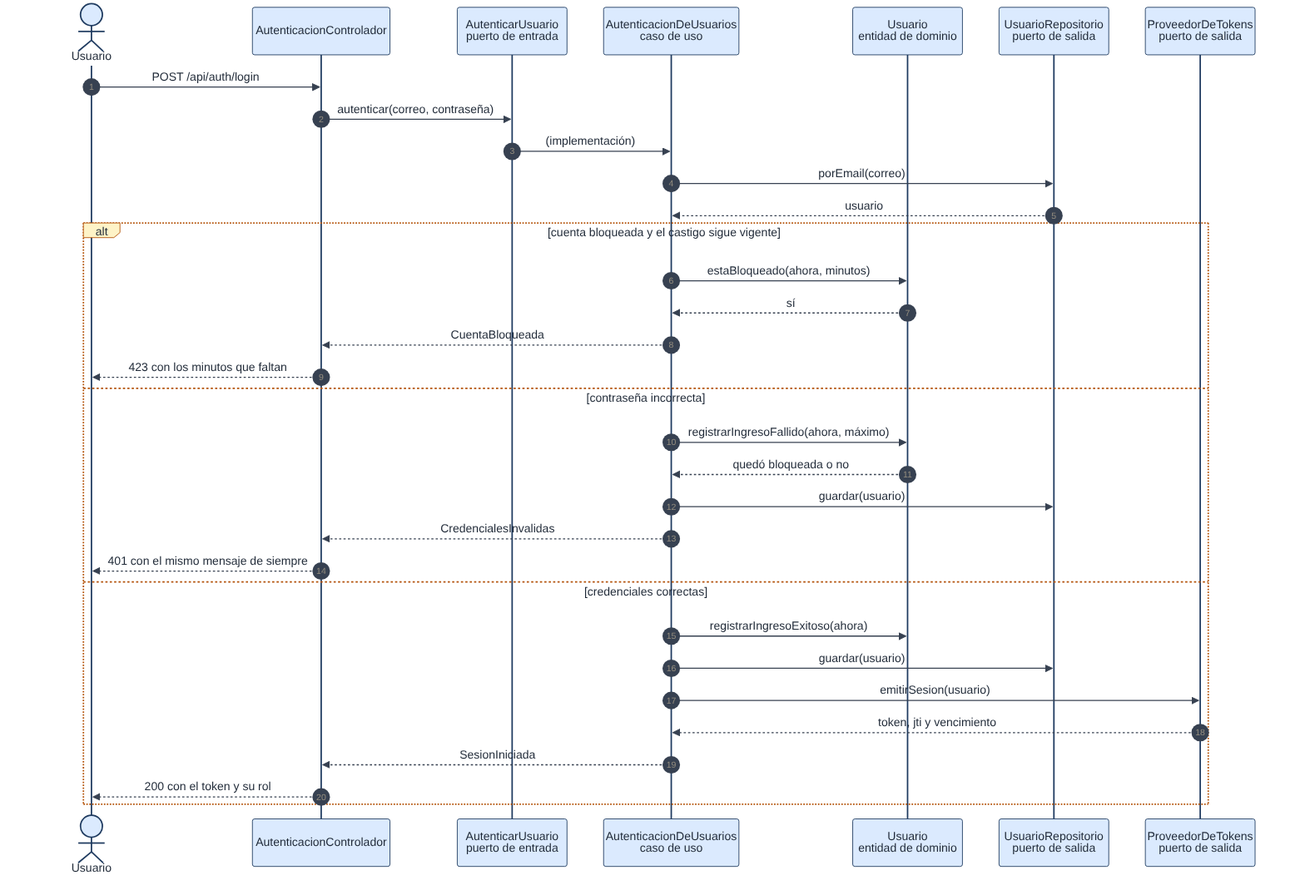
This is docs/imagenes/secuencia-autenticar.png from gjcardonam/brujula-api, a Mermaid export, as it was before one commit. Its source is kept beside it as docs/diagramas/secuencia-autenticar.mmd.
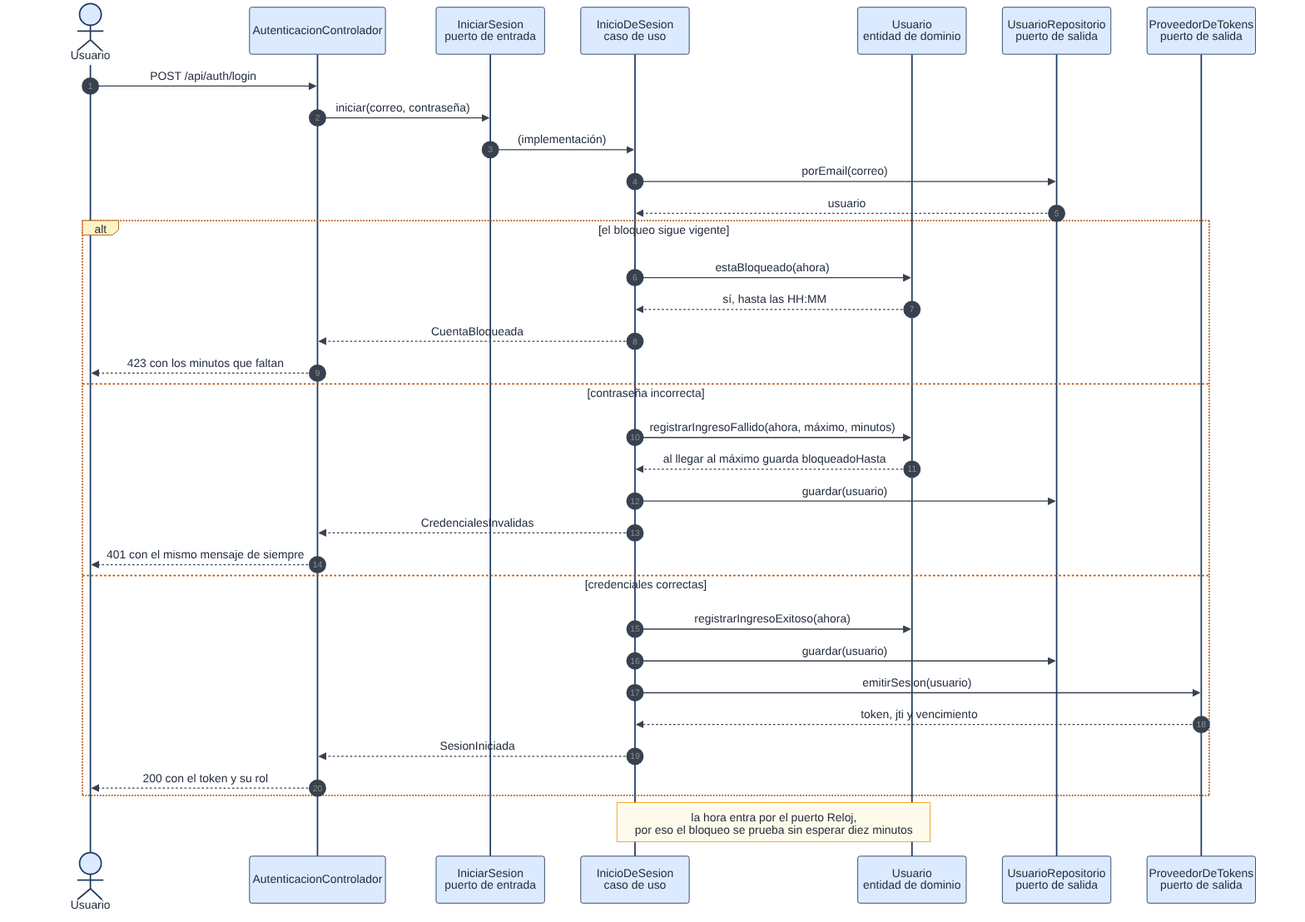
The same file after the commit.

Change to the diagram source:
```diff
@@ -2,26 +2,26 @@
     autonumber
     actor U as Usuario
     participant C as AutenticacionControlador
-    participant P as AutenticarUsuario<br/>puerto de entrada
-    participant S as AutenticacionDeUsuarios<br/>caso de uso
+    participant P as IniciarSesion<br/>puerto de entrada
+    participant S as InicioDeSesion<br/>caso de uso
     participant E as Usuario<br/>entidad de dominio
     participant R as UsuarioRepositorio<br/>puerto de salida
     participant T as ProveedorDeTokens<br/>puerto de salida
 
     U->>C: POST /api/auth/login
-    C->>P: autenticar(correo, contraseña)
+    C->>P: iniciar(correo, contraseña)
     P->>S: (implementación)
     S->>R: porEmail(correo)
     R-->>S: usuario
 
-    alt cuenta bloqueada y el castigo sigue vigente
-        S->>E: estaBloqueado(ahora, minutos)
-        E-->>S: sí
+    alt el bloqueo sigue vigente
+        S->>E: estaBloqueado(ahora)
+        E-->>S: sí, hasta las HH:MM
         S-->>C: CuentaBloqueada
         C-->>U: 423 con los minutos que faltan
     else contraseña incorrecta
-        S->>E: registrarIngresoFallido(ahora, máximo)
-        E-->>S: quedó bloqueada o no
+        S->>E: registrarIngresoFallido(ahora, máximo, minutos)
+        E-->>S: al llegar al máximo guarda bloqueadoHasta
         S->>R: guardar(usuario)
         S-->>C: CredencialesInvalidas
         C-->>U: 401 con el mismo mensaje de siempre
@@ -33,3 +33,5 @@
         S-->>C: SesionIniciada
         C-->>U: 200 con el token y su rol
     end
+
+    Note over S,E: la hora entra por el puerto Reloj,<br/>por eso el bloqueo se prueba sin esperar diez minutos
```
